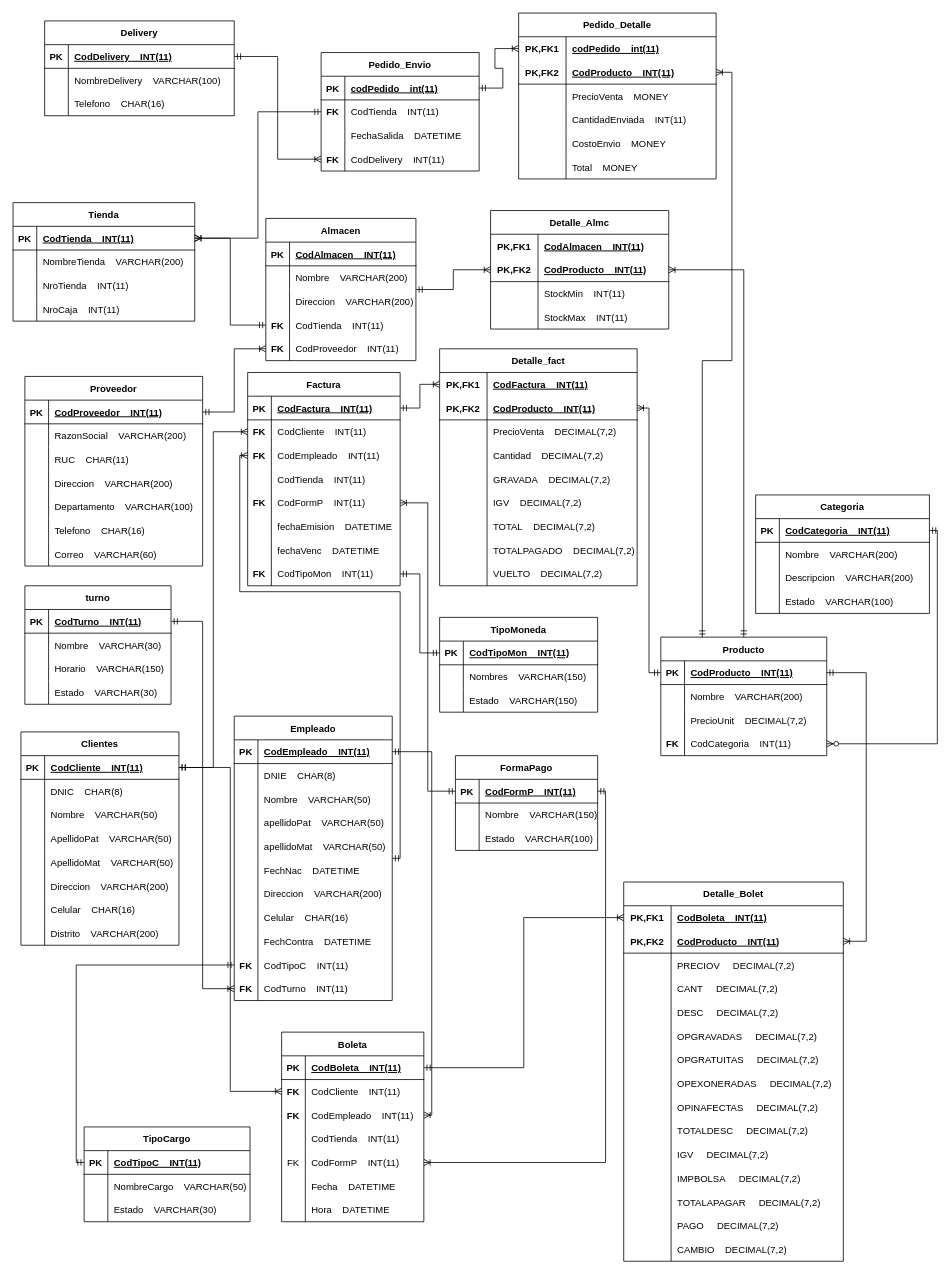
This is Tambo.drawio from josdahuqui1992/SistemaTambo, a draw.io file, before an edit. Source tidied: cells renumbered, new cells numbered last; positions are measured from the earlier drawing's top-left corner, leaving out a move shared by most shapes. Both pictures are drawn from the tidied source at 79%, with x=0, y=0 at pixel (13, 13).
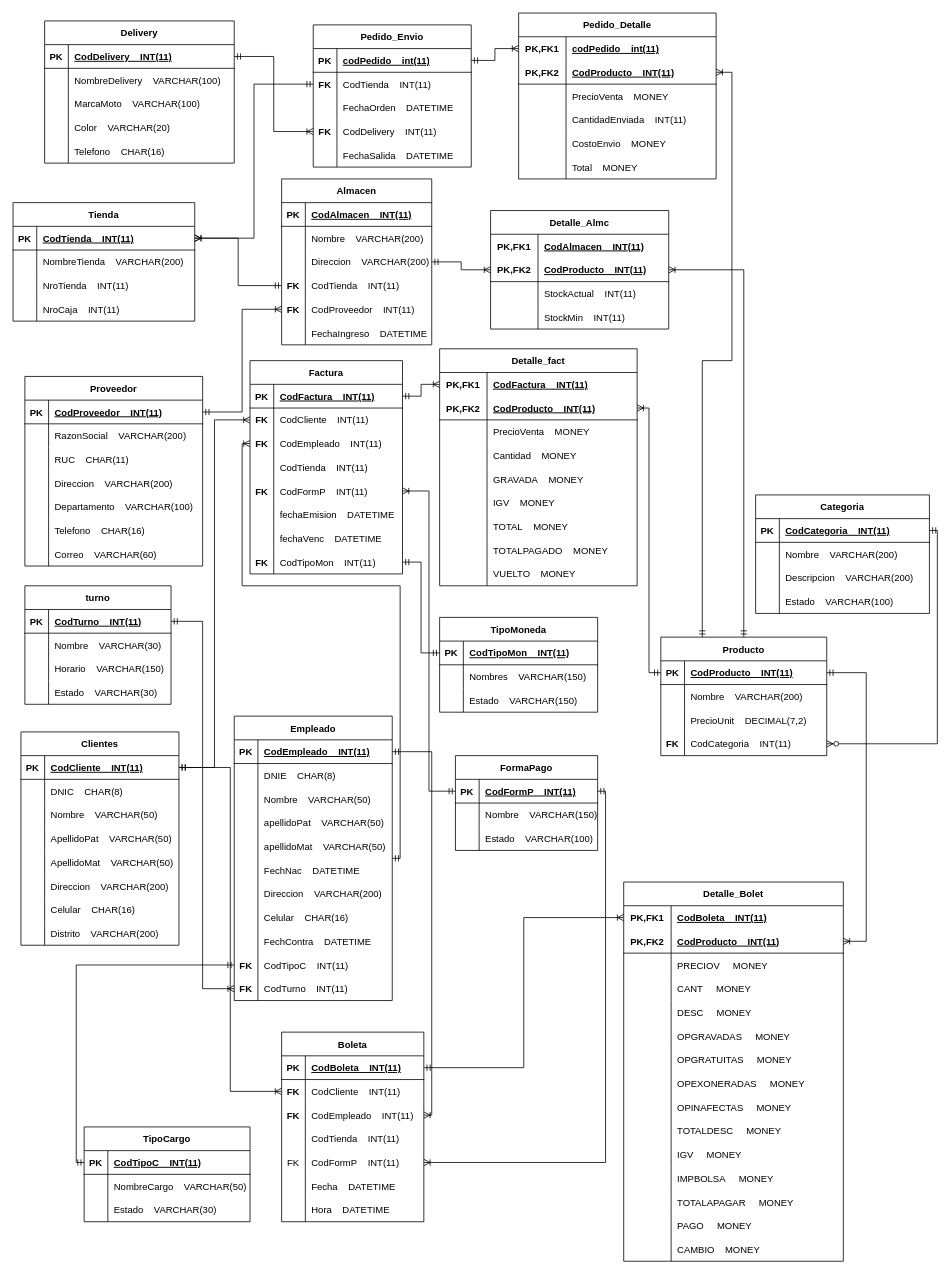
The same page after the edit.

The change refers to these unchanged cells:
```xml
<mxCell id="211" style="shape=tableRow;horizontal=0;startSize=0;swimlaneHead=0;swimlaneBody=0;fillColor=none;top=0;left=0;right=0;bottom=0;" parent="204" vertex="1">
<mxCell id="214" style="shape=tableRow;horizontal=0;startSize=0;swimlaneHead=0;swimlaneBody=0;fillColor=none;top=0;left=0;right=0;bottom=0;" parent="204" vertex="1">
<mxCell id="217" style="shape=tableRow;horizontal=0;startSize=0;swimlaneHead=0;swimlaneBody=0;fillColor=none;top=0;left=0;right=0;bottom=0;" parent="204" vertex="1">
<mxCell id="220" style="shape=tableRow;horizontal=0;startSize=0;swimlaneHead=0;swimlaneBody=0;fillColor=none;top=0;left=0;right=0;bottom=0;" parent="204" vertex="1">
<mxCell id="223" style="shape=tableRow;horizontal=0;startSize=0;swimlaneHead=0;swimlaneBody=0;fillColor=none;top=0;left=0;right=0;bottom=0;" parent="204" vertex="1">
<mxCell id="226" style="shape=tableRow;horizontal=0;startSize=0;swimlaneHead=0;swimlaneBody=0;fillColor=none;top=0;left=0;right=0;bottom=0;" parent="204" vertex="1">
<mxCell id="229" style="shape=tableRow;horizontal=0;startSize=0;swimlaneHead=0;swimlaneBody=0;fillColor=none;top=0;left=0;right=0;bottom=0;" parent="204" vertex="1">
<mxCell id="239" style="shape=tableRow;horizontal=0;startSize=0;swimlaneHead=0;swimlaneBody=0;fillColor=none;top=0;left=0;right=0;bottom=0;" parent="232" vertex="1">
<mxCell id="242" style="shape=tableRow;horizontal=0;startSize=0;swimlaneHead=0;swimlaneBody=0;fillColor=none;top=0;left=0;right=0;bottom=0;" parent="232" vertex="1">
<mxCell id="245" style="shape=tableRow;horizontal=0;startSize=0;swimlaneHead=0;swimlaneBody=0;fillColor=none;top=0;left=0;right=0;bottom=0;" parent="232" vertex="1">
<mxCell id="248" style="shape=tableRow;horizontal=0;startSize=0;swimlaneHead=0;swimlaneBody=0;fillColor=none;top=0;left=0;right=0;bottom=0;" parent="232" vertex="1">
<mxCell id="251" style="shape=tableRow;horizontal=0;startSize=0;swimlaneHead=0;swimlaneBody=0;fillColor=none;top=0;left=0;right=0;bottom=0;" parent="232" vertex="1">
<mxCell id="254" style="shape=tableRow;horizontal=0;startSize=0;swimlaneHead=0;swimlaneBody=0;fillColor=none;top=0;left=0;right=0;bottom=0;" parent="232" vertex="1">
<mxCell id="257" style="shape=tableRow;horizontal=0;startSize=0;swimlaneHead=0;swimlaneBody=0;fillColor=none;top=0;left=0;right=0;bottom=0;" parent="232" vertex="1">
<mxCell id="260" style="shape=tableRow;horizontal=0;startSize=0;swimlaneHead=0;swimlaneBody=0;fillColor=none;top=0;left=0;right=0;bottom=0;" parent="232" vertex="1">
<mxCell id="263" style="shape=tableRow;horizontal=0;startSize=0;swimlaneHead=0;swimlaneBody=0;fillColor=none;top=0;left=0;right=0;bottom=0;" parent="232" vertex="1">
<mxCell id="266" style="shape=tableRow;horizontal=0;startSize=0;swimlaneHead=0;swimlaneBody=0;fillColor=none;top=0;left=0;right=0;bottom=0;" parent="232" vertex="1">
<mxCell id="269" style="shape=tableRow;horizontal=0;startSize=0;swimlaneHead=0;swimlaneBody=0;fillColor=none;top=0;left=0;right=0;bottom=0;" parent="232" vertex="1">
<mxCell id="272" style="shape=tableRow;horizontal=0;startSize=0;swimlaneHead=0;swimlaneBody=0;fillColor=none;top=0;left=0;right=0;bottom=0;" parent="232" vertex="1">
<mxCell id="275" style="shape=tableRow;horizontal=0;startSize=0;swimlaneHead=0;swimlaneBody=0;fillColor=none;top=0;left=0;right=0;bottom=0;" parent="232" vertex="1">
<mxCell id="285" style="shape=tableRow;horizontal=0;startSize=0;swimlaneHead=0;swimlaneBody=0;fillColor=none;top=0;left=0;right=0;bottom=0;" parent="278" vertex="1">
<mxCell id="288" style="shape=tableRow;horizontal=0;startSize=0;swimlaneHead=0;swimlaneBody=0;fillColor=none;top=0;left=0;right=0;bottom=0;" parent="278" vertex="1">
<mxCell id="334" style="shape=tableRow;horizontal=0;startSize=0;swimlaneHead=0;swimlaneBody=0;fillColor=none;points=[[0,0.5],[1,0.5]];portConstraint=eastwest;top=0;left=0;right=0;bottom=1;" parent="333" vertex="1">
<mxCell id="340" style="shape=tableRow;horizontal=0;startSize=0;swimlaneHead=0;swimlaneBody=0;fillColor=none;top=0;left=0;right=0;bottom=0;" parent="333" vertex="1">
<mxCell id="353" style="shape=tableRow;horizontal=0;startSize=0;swimlaneHead=0;swimlaneBody=0;fillColor=none;top=0;left=0;right=0;bottom=0;" parent="346" vertex="1">
<mxCell id="358" style="shape=tableRow;horizontal=0;startSize=0;swimlaneHead=0;swimlaneBody=0;fillColor=none;points=[[0,0.5],[1,0.5]];portConstraint=eastwest;top=0;left=0;right=0;bottom=0;" parent="357" vertex="1">
```

Change to the diagram source:
```diff
@@
     <mxCell id="141" value="Factura" style="shape=table;startSize=30;childLayout=tableLayout;rowLines=0;fontStyle=1;align=center;" parent="1" vertex="1">
-      <mxGeometry x="297" y="455" width="193" height="270" as="geometry" />
+      <mxGeometry x="300" y="440" width="193" height="270" as="geometry" />
     </mxCell>
@@
-    <mxCell id="213" value="PrecioVenta    DECIMAL(7,2)" style="shape=partialRectangle;fillColor=none;top=0;left=0;bottom=0;right=0;align=left;spacingLeft=6;overflow=hidden;" parent="211" vertex="1">
+    <mxCell id="213" value="PrecioVenta    MONEY" style="shape=partialRectangle;fillColor=none;top=0;left=0;bottom=0;right=0;align=left;spacingLeft=6;overflow=hidden;" parent="211" vertex="1">
       <mxGeometry x="60" width="190" height="30" as="geometry" />
     </mxCell>
@@
-    <mxCell id="216" value="Cantidad    DECIMAL(7,2)" style="shape=partialRectangle;fillColor=none;top=0;left=0;bottom=0;right=0;align=left;spacingLeft=6;overflow=hidden;" parent="214" vertex="1">
+    <mxCell id="216" value="Cantidad    MONEY" style="shape=partialRectangle;fillColor=none;top=0;left=0;bottom=0;right=0;align=left;spacingLeft=6;overflow=hidden;" parent="214" vertex="1">
       <mxGeometry x="60" width="190" height="30" as="geometry" />
     </mxCell>
@@
-    <mxCell id="219" value="GRAVADA    DECIMAL(7,2)" style="shape=partialRectangle;fillColor=none;top=0;left=0;bottom=0;right=0;align=left;spacingLeft=6;overflow=hidden;" parent="217" vertex="1">
+    <mxCell id="219" value="GRAVADA    MONEY" style="shape=partialRectangle;fillColor=none;top=0;left=0;bottom=0;right=0;align=left;spacingLeft=6;overflow=hidden;" parent="217" vertex="1">
       <mxGeometry x="60" width="190" height="30" as="geometry" />
     </mxCell>
@@
-    <mxCell id="222" value="IGV    DECIMAL(7,2)" style="shape=partialRectangle;fillColor=none;top=0;left=0;bottom=0;right=0;align=left;spacingLeft=6;overflow=hidden;" parent="220" vertex="1">
+    <mxCell id="222" value="IGV    MONEY" style="shape=partialRectangle;fillColor=none;top=0;left=0;bottom=0;right=0;align=left;spacingLeft=6;overflow=hidden;" parent="220" vertex="1">
       <mxGeometry x="60" width="190" height="30" as="geometry" />
     </mxCell>
@@
-    <mxCell id="225" value="TOTAL    DECIMAL(7,2)" style="shape=partialRectangle;fillColor=none;top=0;left=0;bottom=0;right=0;align=left;spacingLeft=6;overflow=hidden;" parent="223" vertex="1">
+    <mxCell id="225" value="TOTAL    MONEY" style="shape=partialRectangle;fillColor=none;top=0;left=0;bottom=0;right=0;align=left;spacingLeft=6;overflow=hidden;" parent="223" vertex="1">
       <mxGeometry x="60" width="190" height="30" as="geometry" />
     </mxCell>
@@
-    <mxCell id="228" value="TOTALPAGADO    DECIMAL(7,2)" style="shape=partialRectangle;fillColor=none;top=0;left=0;bottom=0;right=0;align=left;spacingLeft=6;overflow=hidden;" parent="226" vertex="1">
+    <mxCell id="228" value="TOTALPAGADO    MONEY" style="shape=partialRectangle;fillColor=none;top=0;left=0;bottom=0;right=0;align=left;spacingLeft=6;overflow=hidden;" parent="226" vertex="1">
       <mxGeometry x="60" width="190" height="30" as="geometry" />
     </mxCell>
@@
-    <mxCell id="231" value="VUELTO    DECIMAL(7,2)" style="shape=partialRectangle;fillColor=none;top=0;left=0;bottom=0;right=0;align=left;spacingLeft=6;overflow=hidden;" parent="229" vertex="1">
+    <mxCell id="231" value="VUELTO    MONEY" style="shape=partialRectangle;fillColor=none;top=0;left=0;bottom=0;right=0;align=left;spacingLeft=6;overflow=hidden;" parent="229" vertex="1">
       <mxGeometry x="60" width="190" height="30" as="geometry" />
     </mxCell>
@@
-    <mxCell id="241" value="PRECIOV     DECIMAL(7,2)" style="shape=partialRectangle;fillColor=none;top=0;left=0;bottom=0;right=0;align=left;spacingLeft=6;overflow=hidden;" parent="239" vertex="1">
+    <mxCell id="241" value="PRECIOV     MONEY" style="shape=partialRectangle;fillColor=none;top=0;left=0;bottom=0;right=0;align=left;spacingLeft=6;overflow=hidden;" parent="239" vertex="1">
       <mxGeometry x="60" width="218" height="30" as="geometry" />
     </mxCell>
@@
-    <mxCell id="244" value="CANT     DECIMAL(7,2)" style="shape=partialRectangle;fillColor=none;top=0;left=0;bottom=0;right=0;align=left;spacingLeft=6;overflow=hidden;" parent="242" vertex="1">
+    <mxCell id="244" value="CANT     MONEY" style="shape=partialRectangle;fillColor=none;top=0;left=0;bottom=0;right=0;align=left;spacingLeft=6;overflow=hidden;" parent="242" vertex="1">
       <mxGeometry x="60" width="218" height="30" as="geometry" />
     </mxCell>
@@
-    <mxCell id="247" value="DESC     DECIMAL(7,2)" style="shape=partialRectangle;fillColor=none;top=0;left=0;bottom=0;right=0;align=left;spacingLeft=6;overflow=hidden;" parent="245" vertex="1">
+    <mxCell id="247" value="DESC     MONEY" style="shape=partialRectangle;fillColor=none;top=0;left=0;bottom=0;right=0;align=left;spacingLeft=6;overflow=hidden;" parent="245" vertex="1">
       <mxGeometry x="60" width="218" height="30" as="geometry" />
     </mxCell>
@@
-    <mxCell id="250" value="OPGRAVADAS     DECIMAL(7,2)" style="shape=partialRectangle;fillColor=none;top=0;left=0;bottom=0;right=0;align=left;spacingLeft=6;overflow=hidden;" parent="248" vertex="1">
+    <mxCell id="250" value="OPGRAVADAS     MONEY" style="shape=partialRectangle;fillColor=none;top=0;left=0;bottom=0;right=0;align=left;spacingLeft=6;overflow=hidden;" parent="248" vertex="1">
       <mxGeometry x="60" width="218" height="30" as="geometry" />
     </mxCell>
@@
-    <mxCell id="253" value="OPGRATUITAS     DECIMAL(7,2)" style="shape=partialRectangle;fillColor=none;top=0;left=0;bottom=0;right=0;align=left;spacingLeft=6;overflow=hidden;" parent="251" vertex="1">
+    <mxCell id="253" value="OPGRATUITAS     MONEY" style="shape=partialRectangle;fillColor=none;top=0;left=0;bottom=0;right=0;align=left;spacingLeft=6;overflow=hidden;" parent="251" vertex="1">
       <mxGeometry x="60" width="218" height="30" as="geometry" />
     </mxCell>
@@
-    <mxCell id="256" value="OPEXONERADAS     DECIMAL(7,2)" style="shape=partialRectangle;fillColor=none;top=0;left=0;bottom=0;right=0;align=left;spacingLeft=6;overflow=hidden;" parent="254" vertex="1">
+    <mxCell id="256" value="OPEXONERADAS     MONEY" style="shape=partialRectangle;fillColor=none;top=0;left=0;bottom=0;right=0;align=left;spacingLeft=6;overflow=hidden;" parent="254" vertex="1">
       <mxGeometry x="60" width="218" height="30" as="geometry" />
     </mxCell>
@@
-    <mxCell id="259" value="OPINAFECTAS     DECIMAL(7,2)" style="shape=partialRectangle;fillColor=none;top=0;left=0;bottom=0;right=0;align=left;spacingLeft=6;overflow=hidden;" parent="257" vertex="1">
+    <mxCell id="259" value="OPINAFECTAS     MONEY" style="shape=partialRectangle;fillColor=none;top=0;left=0;bottom=0;right=0;align=left;spacingLeft=6;overflow=hidden;" parent="257" vertex="1">
       <mxGeometry x="60" width="218" height="30" as="geometry" />
     </mxCell>
@@
-    <mxCell id="262" value="TOTALDESC     DECIMAL(7,2)" style="shape=partialRectangle;fillColor=none;top=0;left=0;bottom=0;right=0;align=left;spacingLeft=6;overflow=hidden;" parent="260" vertex="1">
+    <mxCell id="262" value="TOTALDESC     MONEY" style="shape=partialRectangle;fillColor=none;top=0;left=0;bottom=0;right=0;align=left;spacingLeft=6;overflow=hidden;" parent="260" vertex="1">
       <mxGeometry x="60" width="218" height="30" as="geometry" />
     </mxCell>
@@
-    <mxCell id="265" value="IGV     DECIMAL(7,2)" style="shape=partialRectangle;fillColor=none;top=0;left=0;bottom=0;right=0;align=left;spacingLeft=6;overflow=hidden;" parent="263" vertex="1">
+    <mxCell id="265" value="IGV     MONEY" style="shape=partialRectangle;fillColor=none;top=0;left=0;bottom=0;right=0;align=left;spacingLeft=6;overflow=hidden;" parent="263" vertex="1">
       <mxGeometry x="60" width="218" height="30" as="geometry" />
     </mxCell>
@@
-    <mxCell id="268" value="IMPBOLSA     DECIMAL(7,2)" style="shape=partialRectangle;fillColor=none;top=0;left=0;bottom=0;right=0;align=left;spacingLeft=6;overflow=hidden;" parent="266" vertex="1">
+    <mxCell id="268" value="IMPBOLSA     MONEY" style="shape=partialRectangle;fillColor=none;top=0;left=0;bottom=0;right=0;align=left;spacingLeft=6;overflow=hidden;" parent="266" vertex="1">
       <mxGeometry x="60" width="218" height="30" as="geometry" />
     </mxCell>
@@
-    <mxCell id="271" value="TOTALAPAGAR     DECIMAL(7,2)" style="shape=partialRectangle;fillColor=none;top=0;left=0;bottom=0;right=0;align=left;spacingLeft=6;overflow=hidden;" parent="269" vertex="1">
+    <mxCell id="271" value="TOTALAPAGAR     MONEY" style="shape=partialRectangle;fillColor=none;top=0;left=0;bottom=0;right=0;align=left;spacingLeft=6;overflow=hidden;" parent="269" vertex="1">
       <mxGeometry x="60" width="218" height="30" as="geometry" />
     </mxCell>
@@
-    <mxCell id="274" value="PAGO     DECIMAL(7,2)" style="shape=partialRectangle;fillColor=none;top=0;left=0;bottom=0;right=0;align=left;spacingLeft=6;overflow=hidden;" parent="272" vertex="1">
+    <mxCell id="274" value="PAGO     MONEY" style="shape=partialRectangle;fillColor=none;top=0;left=0;bottom=0;right=0;align=left;spacingLeft=6;overflow=hidden;" parent="272" vertex="1">
       <mxGeometry x="60" width="218" height="30" as="geometry" />
     </mxCell>
@@
-    <mxCell id="277" value="CAMBIO    DECIMAL(7,2)" style="shape=partialRectangle;fillColor=none;top=0;left=0;bottom=0;right=0;align=left;spacingLeft=6;overflow=hidden;" parent="275" vertex="1">
+    <mxCell id="277" value="CAMBIO    MONEY" style="shape=partialRectangle;fillColor=none;top=0;left=0;bottom=0;right=0;align=left;spacingLeft=6;overflow=hidden;" parent="275" vertex="1">
       <mxGeometry x="60" width="218" height="30" as="geometry" />
     </mxCell>
@@
-    <mxCell id="287" value="StockMin    INT(11)" style="shape=partialRectangle;fillColor=none;top=0;left=0;bottom=0;right=0;align=left;spacingLeft=6;overflow=hidden;" parent="285" vertex="1">
+    <mxCell id="287" value="StockActual    INT(11)" style="shape=partialRectangle;fillColor=none;top=0;left=0;bottom=0;right=0;align=left;spacingLeft=6;overflow=hidden;" parent="285" vertex="1">
       <mxGeometry x="60" width="165.5" height="30" as="geometry" />
     </mxCell>
@@
-    <mxCell id="290" value="StockMax    INT(11)" style="shape=partialRectangle;fillColor=none;top=0;left=0;bottom=0;right=0;align=left;spacingLeft=6;overflow=hidden;" parent="288" vertex="1">
+    <mxCell id="290" value="StockMin    INT(11)" style="shape=partialRectangle;fillColor=none;top=0;left=0;bottom=0;right=0;align=left;spacingLeft=6;overflow=hidden;" parent="288" vertex="1">
       <mxGeometry x="60" width="165.5" height="30" as="geometry" />
     </mxCell>
@@
     <mxCell id="292" value="Almacen" style="shape=table;startSize=30;childLayout=tableLayout;rowLines=0;fontStyle=1;align=center;" parent="1" vertex="1">
-      <mxGeometry x="320" y="260" width="190" height="180" as="geometry" />
+      <mxGeometry x="340" y="210" width="190" height="210" as="geometry" />
     </mxCell>
@@
+    <mxCell id="379" style="shape=tableRow;horizontal=0;startSize=0;swimlaneHead=0;swimlaneBody=0;fillColor=none;top=0;left=0;right=0;bottom=0;" parent="292" vertex="1">
+      <mxGeometry y="180" width="190" height="30" as="geometry" />
+    </mxCell>
+    <mxCell id="380" style="shape=partialRectangle;fillColor=none;top=0;left=0;bottom=0;right=0;overflow=hidden;" parent="379" vertex="1">
+      <mxGeometry width="30" height="30" as="geometry" />
+    </mxCell>
+    <mxCell id="381" value="FechaIngreso    DATETIME" style="shape=partialRectangle;fillColor=none;top=0;left=0;bottom=0;right=0;align=left;spacingLeft=6;overflow=hidden;" parent="379" vertex="1">
+      <mxGeometry x="30" width="160" height="30" as="geometry" />
+    </mxCell>
@@
     <mxCell id="333" value="Pedido_Envio" style="shape=table;startSize=30;childLayout=tableLayout;rowLines=0;fontStyle=1;align=center;" parent="1" vertex="1">
-      <mxGeometry x="390" y="50" width="200" height="150" as="geometry" />
+      <mxGeometry x="380" y="15" width="200" height="180" as="geometry" />
     </mxCell>
@@
-    <mxCell id="342" value="FechaSalida    DATETIME" style="shape=partialRectangle;fillColor=none;top=0;left=0;bottom=0;right=0;align=left;spacingLeft=6;overflow=hidden;" parent="340" vertex="1">
+    <mxCell id="342" value="FechaOrden    DATETIME" style="shape=partialRectangle;fillColor=none;top=0;left=0;bottom=0;right=0;align=left;spacingLeft=6;overflow=hidden;" parent="340" vertex="1">
       <mxGeometry x="30" width="170" height="30" as="geometry" />
     </mxCell>
@@
+    <mxCell id="382" style="shape=tableRow;horizontal=0;startSize=0;swimlaneHead=0;swimlaneBody=0;fillColor=none;top=0;left=0;right=0;bottom=0;" parent="333" vertex="1">
+      <mxGeometry y="150" width="200" height="30" as="geometry" />
+    </mxCell>
+    <mxCell id="383" style="shape=partialRectangle;fillColor=none;top=0;left=0;bottom=0;right=0;overflow=hidden;" parent="382" vertex="1">
+      <mxGeometry width="30" height="30" as="geometry" />
+    </mxCell>
+    <mxCell id="384" value="FechaSalida    DATETIME" style="shape=partialRectangle;fillColor=none;top=0;left=0;bottom=0;right=0;align=left;spacingLeft=6;overflow=hidden;" parent="382" vertex="1">
+      <mxGeometry x="30" width="170" height="30" as="geometry" />
+    </mxCell>
     <mxCell id="346" value="Delivery" style="shape=table;startSize=30;childLayout=tableLayout;rowLines=0;fontStyle=1;align=center;" parent="1" vertex="1">
-      <mxGeometry x="40" y="10" width="240" height="120" as="geometry" />
+      <mxGeometry x="40" y="10" width="240" height="180" as="geometry" />
     </mxCell>
@@
-    <mxCell id="355" value="Telefono    CHAR(16)" style="shape=partialRectangle;fillColor=none;top=0;left=0;bottom=0;right=0;align=left;spacingLeft=6;overflow=hidden;" parent="353" vertex="1">
+    <mxCell id="355" value="MarcaMoto    VARCHAR(100)" style="shape=partialRectangle;fillColor=none;top=0;left=0;bottom=0;right=0;align=left;spacingLeft=6;overflow=hidden;" parent="353" vertex="1">
       <mxGeometry x="30" width="210" height="30" as="geometry" />
     </mxCell>
+    <mxCell id="385" style="shape=tableRow;horizontal=0;startSize=0;swimlaneHead=0;swimlaneBody=0;fillColor=none;top=0;left=0;right=0;bottom=0;" parent="346" vertex="1">
+      <mxGeometry y="120" width="240" height="30" as="geometry" />
+    </mxCell>
+    <mxCell id="386" style="shape=partialRectangle;fillColor=none;top=0;left=0;bottom=0;right=0;overflow=hidden;" parent="385" vertex="1">
+      <mxGeometry width="30" height="30" as="geometry" />
+    </mxCell>
+    <mxCell id="387" value="Color    VARCHAR(20)" style="shape=partialRectangle;fillColor=none;top=0;left=0;bottom=0;right=0;align=left;spacingLeft=6;overflow=hidden;" parent="385" vertex="1">
+      <mxGeometry x="30" width="210" height="30" as="geometry" />
+    </mxCell>
+    <mxCell id="388" style="shape=tableRow;horizontal=0;startSize=0;swimlaneHead=0;swimlaneBody=0;fillColor=none;top=0;left=0;right=0;bottom=0;" parent="346" vertex="1">
+      <mxGeometry y="150" width="240" height="30" as="geometry" />
+    </mxCell>
+    <mxCell id="389" style="shape=partialRectangle;fillColor=none;top=0;left=0;bottom=0;right=0;overflow=hidden;" parent="388" vertex="1">
+      <mxGeometry width="30" height="30" as="geometry" />
+    </mxCell>
+    <mxCell id="390" value="Telefono    CHAR(16)" style="shape=partialRectangle;fillColor=none;top=0;left=0;bottom=0;right=0;align=left;spacingLeft=6;overflow=hidden;" parent="388" vertex="1">
+      <mxGeometry x="30" width="210" height="30" as="geometry" />
+    </mxCell>
@@
-    <mxCell id="378" style="edgeStyle=entityRelationEdgeStyle;fontSize=12;html=1;endArrow=ERoneToMany;startArrow=ERmandOne;rounded=0;entryX=0;entryY=0.5;entryDx=0;entryDy=0;exitX=1;exitY=0.5;exitDx=0;exitDy=0;" parent="1" edge="1" source="334" target="358">
+    <mxCell id="378" style="edgeStyle=orthogonalEdgeStyle;fontSize=12;html=1;endArrow=ERoneToMany;startArrow=ERmandOne;rounded=0;entryX=0;entryY=0.5;entryDx=0;entryDy=0;exitX=1;exitY=0.5;exitDx=0;exitDy=0;" parent="1" edge="1" source="334" target="358">
       <mxGeometry relative="1" as="geometry" />
     </mxCell>
```
